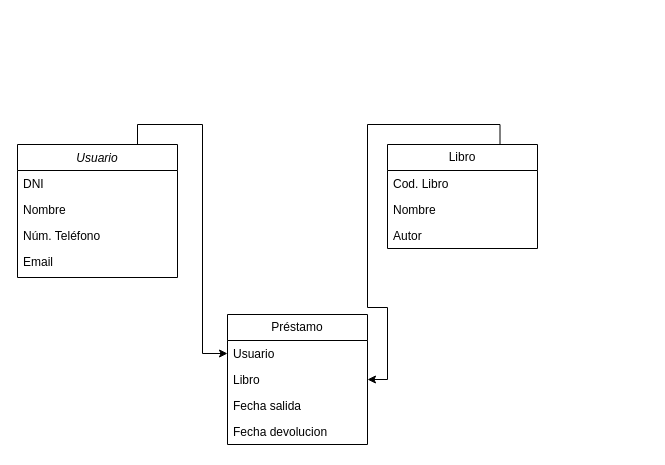
Earlier version of the draw.io diagram Biblioteca.drawio (Rada250/Examen-fortu-2-trimestre). Source tidied: cells renumbered, new cells numbered last; positions are measured from the earlier drawing's top-left corner, leaving out a move shared by most shapes. Both pictures are drawn from the tidied source at 100%, with x=0, y=0 at pixel (17, 144).
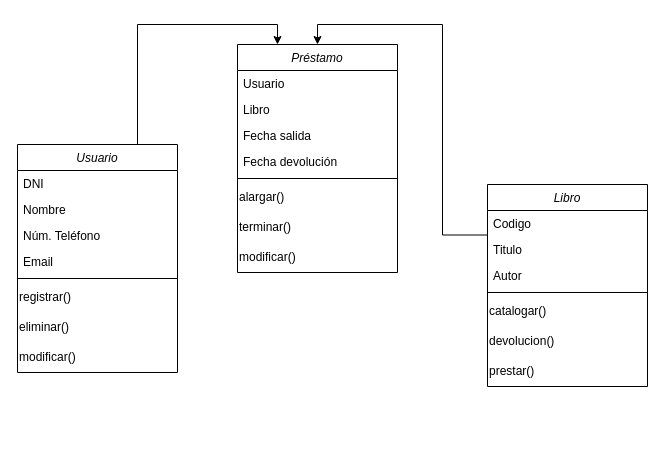
After the change.

The edit, as a diff of the source:
```diff
@@
-    <mxCell id="2" style="edgeStyle=orthogonalEdgeStyle;rounded=0;jettySize=auto;html=1;exitX=0.75;exitY=0;exitDx=0;exitDy=0;entryX=0;entryY=0.5;entryDx=0;entryDy=0;" parent="1" edge="1" source="3" target="9">
+    <mxCell id="2" style="edgeStyle=orthogonalEdgeStyle;rounded=0;jettySize=auto;html=1;exitX=0.75;exitY=0;exitDx=0;exitDy=0;entryX=0.25;entryY=0;entryDx=0;entryDy=0;" parent="1" edge="1" source="3" target="8">
       <mxGeometry relative="1" as="geometry" />
     </mxCell>
     <mxCell id="3" value="Usuario" style="swimlane;fontStyle=2;align=center;verticalAlign=top;horizontal=1;startSize=26;rounded=0;shadow=0;strokeWidth=1;" parent="1" vertex="1">
-      <mxGeometry width="160" height="133" as="geometry" />
+      <mxGeometry width="160" height="228" as="geometry" />
     </mxCell>
@@
+    <mxCell id="18" style="line;strokeWidth=1;fillColor=none;align=left;verticalAlign=middle;spacingTop=-1;spacingLeft=3;spacingRight=3;labelPosition=right;strokeColor=inherit;" parent="3" vertex="1">
+      <mxGeometry y="130" width="160" height="8" as="geometry" />
+    </mxCell>
+    <mxCell id="19" value="registrar()" style="text;html=1;align=left;verticalAlign=middle;strokeColor=none;fillColor=none;" parent="3" vertex="1">
+      <mxGeometry y="138" width="160" height="30" as="geometry" />
+    </mxCell>
+    <mxCell id="20" value="eliminar()" style="text;html=1;align=left;verticalAlign=middle;strokeColor=none;fillColor=none;" parent="3" vertex="1">
+      <mxGeometry y="168" width="160" height="30" as="geometry" />
+    </mxCell>
+    <mxCell id="21" value="modificar()" style="text;html=1;align=left;verticalAlign=middle;strokeColor=none;fillColor=none;" parent="3" vertex="1">
+      <mxGeometry y="198" width="160" height="30" as="geometry" />
+    </mxCell>
+    <mxCell id="22" style="edgeStyle=orthogonalEdgeStyle;rounded=0;jettySize=auto;html=1;exitX=0;exitY=0.25;exitDx=0;exitDy=0;entryX=0.5;entryY=0;entryDx=0;entryDy=0;" parent="1" edge="1" source="23" target="8">
+      <mxGeometry relative="1" as="geometry" />
+    </mxCell>
+    <mxCell id="23" value="Libro" style="swimlane;fontStyle=2;align=center;verticalAlign=top;horizontal=1;startSize=26;rounded=0;shadow=0;strokeWidth=1;" parent="1" vertex="1">
+      <mxGeometry x="470" y="40" width="160" height="202" as="geometry" />
+    </mxCell>
+    <mxCell id="24" value="Codigo" style="text;align=left;verticalAlign=top;spacingLeft=4;spacingRight=4;overflow=hidden;" parent="23" vertex="1">
+      <mxGeometry y="26" width="160" height="26" as="geometry" />
+    </mxCell>
+    <mxCell id="25" value="Titulo" style="text;align=left;verticalAlign=top;spacingLeft=4;spacingRight=4;overflow=hidden;rounded=0;shadow=0;html=0;" parent="23" vertex="1">
+      <mxGeometry y="52" width="160" height="26" as="geometry" />
+    </mxCell>
+    <mxCell id="17" value="Autor" style="text;align=left;verticalAlign=top;spacingLeft=4;spacingRight=4;overflow=hidden;rounded=0;shadow=0;html=0;" parent="23" vertex="1">
+      <mxGeometry y="78" width="160" height="26" as="geometry" />
+    </mxCell>
+    <mxCell id="26" style="line;strokeWidth=1;fillColor=none;align=left;verticalAlign=middle;spacingTop=-1;spacingLeft=3;spacingRight=3;labelPosition=right;strokeColor=inherit;" parent="23" vertex="1">
+      <mxGeometry y="104" width="160" height="8" as="geometry" />
+    </mxCell>
+    <mxCell id="27" value="catalogar()" style="text;html=1;align=left;verticalAlign=middle;strokeColor=none;fillColor=none;" parent="23" vertex="1">
+      <mxGeometry y="112" width="160" height="30" as="geometry" />
+    </mxCell>
+    <mxCell id="28" value="devolucion()" style="text;html=1;align=left;verticalAlign=middle;strokeColor=none;fillColor=none;" parent="23" vertex="1">
+      <mxGeometry y="142" width="160" height="30" as="geometry" />
+    </mxCell>
+    <mxCell id="29" value="prestar()" style="text;html=1;align=left;verticalAlign=middle;strokeColor=none;fillColor=none;" parent="23" vertex="1">
+      <mxGeometry y="172" width="160" height="30" as="geometry" />
+    </mxCell>
-    <mxCell id="8" value="Préstamo" style="swimlane;fontStyle=0;horizontal=1;startSize=26;fillColor=none;whiteSpace=wrap;html=1;" parent="1" vertex="1">
-      <mxGeometry x="210" y="170" width="140" height="130" as="geometry" />
+    <mxCell id="8" value="Préstamo" style="swimlane;fontStyle=2;align=center;verticalAlign=top;horizontal=1;startSize=26;rounded=0;shadow=0;strokeWidth=1;" parent="1" vertex="1">
+      <mxGeometry x="220" y="-100" width="160" height="228" as="geometry" />
     </mxCell>
-    <mxCell id="9" value="Usuario&amp;nbsp;" style="text;strokeColor=none;fillColor=none;align=left;verticalAlign=top;spacingLeft=4;spacingRight=4;overflow=hidden;points=[[0,0.5],[1,0.5]];portConstraint=eastwest;whiteSpace=wrap;html=1;" parent="8" vertex="1">
-      <mxGeometry y="26" width="140" height="26" as="geometry" />
+    <mxCell id="9" value="Usuario" style="text;align=left;verticalAlign=top;spacingLeft=4;spacingRight=4;overflow=hidden;points=[[0,0.5],[1,0.5]];portConstraint=eastwest;" parent="8" vertex="1">
+      <mxGeometry y="26" width="160" height="26" as="geometry" />
     </mxCell>
-    <mxCell id="10" value="Libro" style="text;strokeColor=none;fillColor=none;align=left;verticalAlign=top;spacingLeft=4;spacingRight=4;overflow=hidden;points=[[0,0.5],[1,0.5]];portConstraint=eastwest;whiteSpace=wrap;html=1;" parent="8" vertex="1">
-      <mxGeometry y="52" width="140" height="26" as="geometry" />
-    </mxCell>
+    <mxCell id="30" value="Libro" style="text;align=left;verticalAlign=top;spacingLeft=4;spacingRight=4;overflow=hidden;rounded=0;shadow=0;html=0;" parent="8" vertex="1">
+      <mxGeometry y="52" width="160" height="26" as="geometry" />
+    </mxCell>
-    <mxCell id="11" value="Fecha salida" style="text;strokeColor=none;fillColor=none;align=left;verticalAlign=top;spacingLeft=4;spacingRight=4;overflow=hidden;whiteSpace=wrap;html=1;" parent="8" vertex="1">
-      <mxGeometry y="78" width="140" height="26" as="geometry" />
+    <mxCell id="11" value="Fecha salida" style="text;align=left;verticalAlign=top;spacingLeft=4;spacingRight=4;overflow=hidden;rounded=0;shadow=0;html=0;" parent="8" vertex="1">
+      <mxGeometry y="78" width="160" height="26" as="geometry" />
     </mxCell>
-    <mxCell id="12" value="Fecha devolucion" style="text;strokeColor=none;fillColor=none;align=left;verticalAlign=top;spacingLeft=4;spacingRight=4;overflow=hidden;whiteSpace=wrap;html=1;" parent="8" vertex="1">
-      <mxGeometry y="104" width="140" height="26" as="geometry" />
-    </mxCell>
-    <mxCell id="13" style="edgeStyle=orthogonalEdgeStyle;rounded=0;jettySize=auto;html=1;exitX=0.75;exitY=0;exitDx=0;exitDy=0;entryX=1;entryY=0.5;entryDx=0;entryDy=0;" parent="1" edge="1" source="14" target="10">
-      <mxGeometry relative="1" as="geometry" />
-    </mxCell>
-    <mxCell id="14" value="Libro" style="swimlane;fontStyle=0;horizontal=1;startSize=26;fillColor=none;whiteSpace=wrap;html=1;" parent="1" vertex="1">
-      <mxGeometry x="370" width="150" height="104" as="geometry" />
-    </mxCell>
-    <mxCell id="15" value="Cod. Libro" style="text;strokeColor=none;fillColor=none;align=left;verticalAlign=top;spacingLeft=4;spacingRight=4;overflow=hidden;whiteSpace=wrap;html=1;" parent="14" vertex="1">
-      <mxGeometry y="26" width="150" height="26" as="geometry" />
-    </mxCell>
-    <mxCell id="16" value="Nombre" style="text;strokeColor=none;fillColor=none;align=left;verticalAlign=top;spacingLeft=4;spacingRight=4;overflow=hidden;whiteSpace=wrap;html=1;" parent="14" vertex="1">
-      <mxGeometry y="52" width="150" height="26" as="geometry" />
-    </mxCell>
-    <mxCell id="17" value="Autor" style="text;strokeColor=none;fillColor=none;align=left;verticalAlign=top;spacingLeft=4;spacingRight=4;overflow=hidden;whiteSpace=wrap;html=1;" parent="14" vertex="1">
-      <mxGeometry y="78" width="150" height="26" as="geometry" />
-    </mxCell>
+    <mxCell id="31" value="Fecha devolución" style="text;align=left;verticalAlign=top;spacingLeft=4;spacingRight=4;overflow=hidden;rounded=0;shadow=0;html=0;" parent="8" vertex="1">
+      <mxGeometry y="104" width="160" height="26" as="geometry" />
+    </mxCell>
+    <mxCell id="32" style="line;strokeWidth=1;fillColor=none;align=left;verticalAlign=middle;spacingTop=-1;spacingLeft=3;spacingRight=3;labelPosition=right;strokeColor=inherit;" parent="8" vertex="1">
+      <mxGeometry y="130" width="160" height="8" as="geometry" />
+    </mxCell>
+    <mxCell id="33" value="alargar()" style="text;html=1;align=left;verticalAlign=middle;strokeColor=none;fillColor=none;" parent="8" vertex="1">
+      <mxGeometry y="138" width="160" height="30" as="geometry" />
+    </mxCell>
+    <mxCell id="34" value="terminar()" style="text;html=1;align=left;verticalAlign=middle;strokeColor=none;fillColor=none;" parent="8" vertex="1">
+      <mxGeometry y="168" width="160" height="30" as="geometry" />
+    </mxCell>
+    <mxCell id="35" value="modificar()" style="text;html=1;align=left;verticalAlign=middle;strokeColor=none;fillColor=none;" parent="8" vertex="1">
+      <mxGeometry y="198" width="160" height="30" as="geometry" />
+    </mxCell>
```
